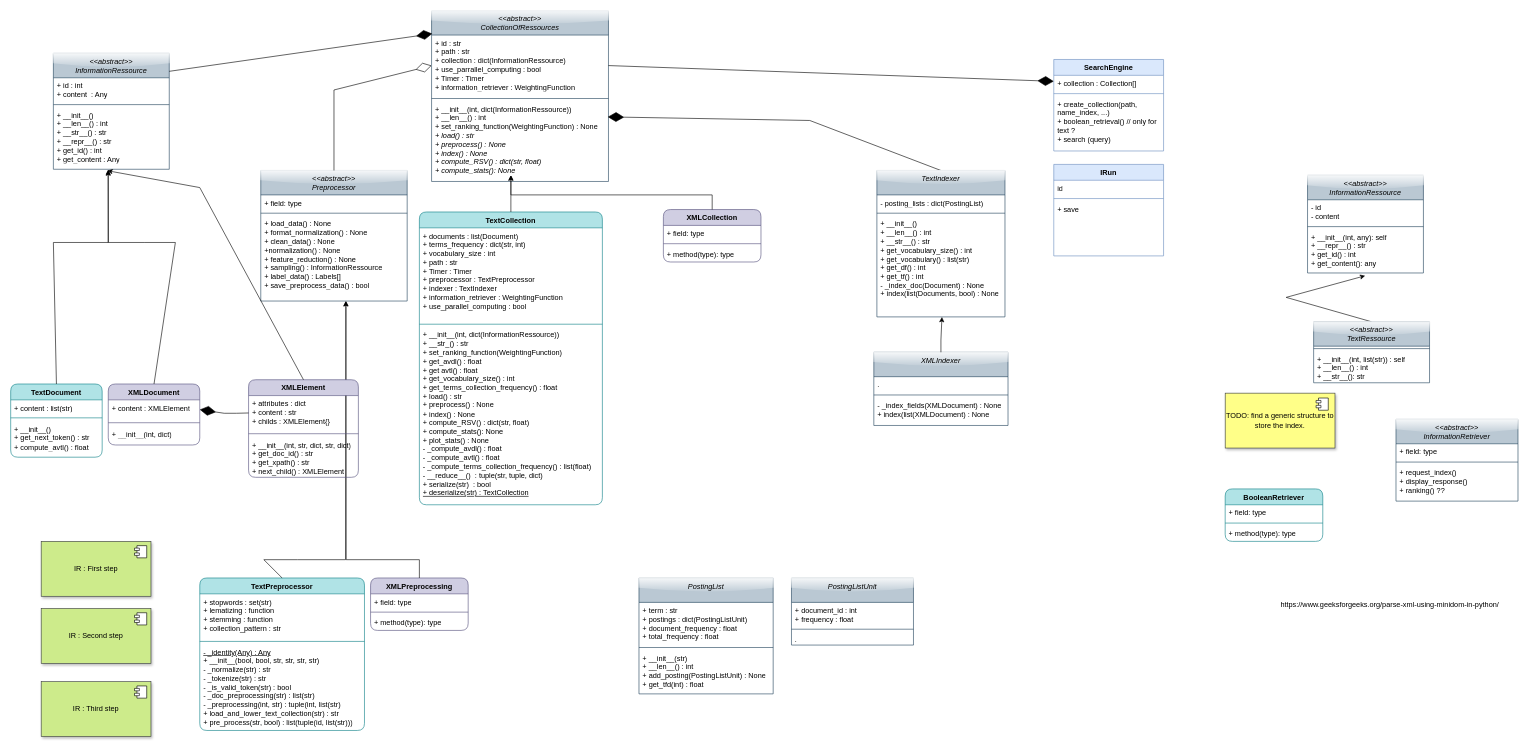
The draw.io diagram uml_diagrams/information_retrieval_models.drawio in mohamedlrouabah1/RIM2DSC, before the edit. Source tidied: cells renumbered, new cells numbered last; positions are measured from the earlier drawing's top-left corner, leaving out a move shared by most shapes. Both pictures are drawn from the tidied source at 61%, with x=0, y=0 at pixel (10, 10).
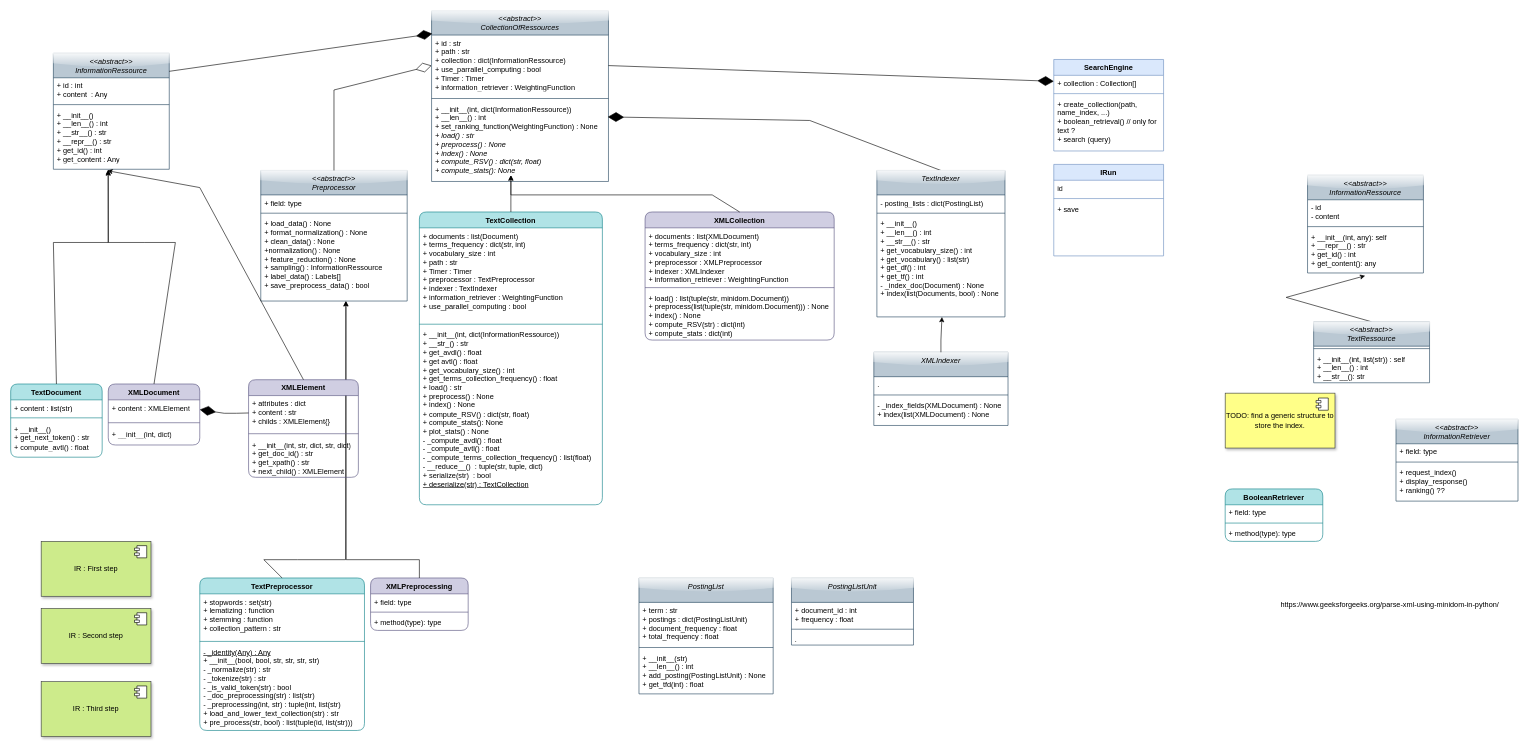
The same page after the edit.

Commit message (it also covers changes not shown here):
doc: update class diagram

Unchanged cells that the change refers to:
```xml
<mxCell id="23" value="TextCollection" style="swimlane;fontStyle=1;align=center;verticalAlign=top;horizontal=1;startSize=26;whiteSpace=wrap;html=1;fillColor=#b0e3e6;strokeColor=#0e8088;rounded=1;" parent="1" vertex="1">
  <mxGeometry x="670" y="330" width="300" height="480" as="geometry" />
</mxCell>
```

Change to the diagram source:
```diff
@@
-    <mxCell id="26" value="+ __init__(int, dict(InformationRessource))&lt;br style=&quot;border-color: var(--border-color);&quot;&gt;+ __str_() : str&lt;br&gt;+ set_ranking_function(WeightingFunction)&amp;nbsp;&lt;br&gt;+ get_avdl() : float&lt;br&gt;+ get avtl() : float&lt;br&gt;+ get_vocabulary_size() : int&lt;br&gt;+ get_terms_collection_frequency() : float&lt;br&gt;+ load() : str&lt;br style=&quot;border-color: var(--border-color);&quot;&gt;+ preprocess() : None&lt;br style=&quot;border-color: var(--border-color);&quot;&gt;+ index() : None&lt;br style=&quot;border-color: var(--border-color);&quot;&gt;+ compute_RSV() : dict(str, float)&lt;br style=&quot;border-color: var(--border-color);&quot;&gt;+ compute_stats(): None&lt;br&gt;+ plot_stats() : None&lt;br&gt;- _compute_avdl() : float&lt;br&gt;- _compute_avtl() : float&lt;br&gt;- _compute_terms_collection_frequency() : list(float)&lt;br&gt;- __reduce__()&amp;nbsp; : tuple(str, tuple, dict)&lt;br&gt;+ serialize(str)&amp;nbsp; : bool&lt;br&gt;&lt;u&gt;+ deserialize(str) : TextCollection&lt;/u&gt;" style="text;strokeColor=none;fillColor=none;align=left;verticalAlign=top;spacingLeft=4;spacingRight=4;overflow=hidden;whiteSpace=wrap;html=1;" parent="23" vertex="1">
+    <mxCell id="26" value="+ __init__(int, dict(InformationRessource))&lt;br style=&quot;border-color: var(--border-color);&quot;&gt;+ __str_() : str&lt;br&gt;+ get_avdl() : float&lt;br&gt;+ get avtl() : float&lt;br&gt;+ get_vocabulary_size() : int&lt;br&gt;+ get_terms_collection_frequency() : float&lt;br&gt;+ load() : str&lt;br style=&quot;border-color: var(--border-color);&quot;&gt;+ preprocess() : None&lt;br style=&quot;border-color: var(--border-color);&quot;&gt;+ index() : None&lt;br style=&quot;border-color: var(--border-color);&quot;&gt;+ compute_RSV() : dict(str, float)&lt;br style=&quot;border-color: var(--border-color);&quot;&gt;+ compute_stats(): None&lt;br&gt;+ plot_stats() : None&lt;br&gt;- _compute_avdl() : float&lt;br&gt;- _compute_avtl() : float&lt;br&gt;- _compute_terms_collection_frequency() : list(float)&lt;br&gt;- __reduce__()&amp;nbsp; : tuple(str, tuple, dict)&lt;br&gt;+ serialize(str)&amp;nbsp; : bool&lt;br&gt;&lt;u&gt;+ deserialize(str) : TextCollection&lt;/u&gt;" style="text;strokeColor=none;fillColor=none;align=left;verticalAlign=top;spacingLeft=4;spacingRight=4;overflow=hidden;whiteSpace=wrap;html=1;" parent="23" vertex="1">
       <mxGeometry y="188" width="300" height="292" as="geometry" />
     </mxCell>
     <mxCell id="27" value="XMLCollection" style="swimlane;fontStyle=1;align=center;verticalAlign=top;horizontal=1;startSize=26;whiteSpace=wrap;html=1;fillColor=#d0cee2;strokeColor=#56517e;rounded=1;" parent="1" vertex="1">
-      <mxGeometry x="1070" y="326" width="160" height="86" as="geometry" />
+      <mxGeometry x="1040" y="330" width="310" height="210" as="geometry" />
     </mxCell>
-    <mxCell id="28" value="+ field: type" style="text;strokeColor=none;fillColor=none;align=left;verticalAlign=top;spacingLeft=4;spacingRight=4;overflow=hidden;whiteSpace=wrap;html=1;" parent="27" vertex="1">
-      <mxGeometry y="26" width="160" height="26" as="geometry" />
+    <mxCell id="28" value="+ documents : list(XMLDocument)&lt;br&gt;+ terms_frequency : dict(str, int)&lt;br&gt;+ vocabulary_size : int&lt;br&gt;+ preprocessor : XMLPreprocessor&lt;br&gt;+ indexer : XMLIndexer&lt;br&gt;+ information_retriever : WeightingFunction" style="text;strokeColor=none;fillColor=none;align=left;verticalAlign=top;spacingLeft=4;spacingRight=4;overflow=hidden;whiteSpace=wrap;html=1;" parent="27" vertex="1">
+      <mxGeometry y="26" width="310" height="94" as="geometry" />
     </mxCell>
     <mxCell id="29" style="line;strokeWidth=1;fillColor=none;align=left;verticalAlign=middle;spacingTop=-1;spacingLeft=3;spacingRight=3;labelPosition=right;strokeColor=inherit;" parent="27" vertex="1">
-      <mxGeometry y="52" width="160" height="8" as="geometry" />
+      <mxGeometry y="120" width="310" height="8" as="geometry" />
     </mxCell>
-    <mxCell id="30" value="+ method(type): type" style="text;strokeColor=none;fillColor=none;align=left;verticalAlign=top;spacingLeft=4;spacingRight=4;overflow=hidden;whiteSpace=wrap;html=1;" parent="27" vertex="1">
-      <mxGeometry y="60" width="160" height="26" as="geometry" />
+    <mxCell id="30" value="+ load() : list(tuple(str, minidom.Document))&lt;br&gt;+ preprocess(list(tuple(str, minidom.Document))) : None&lt;br&gt;+ index() : None&lt;br&gt;+ compute_RSV(str) : dict(int)&lt;br&gt;+ compute_stats : dict(int)" style="text;strokeColor=none;fillColor=none;align=left;verticalAlign=top;spacingLeft=4;spacingRight=4;overflow=hidden;whiteSpace=wrap;html=1;" parent="27" vertex="1">
+      <mxGeometry y="128" width="310" height="82" as="geometry" />
     </mxCell>
```
